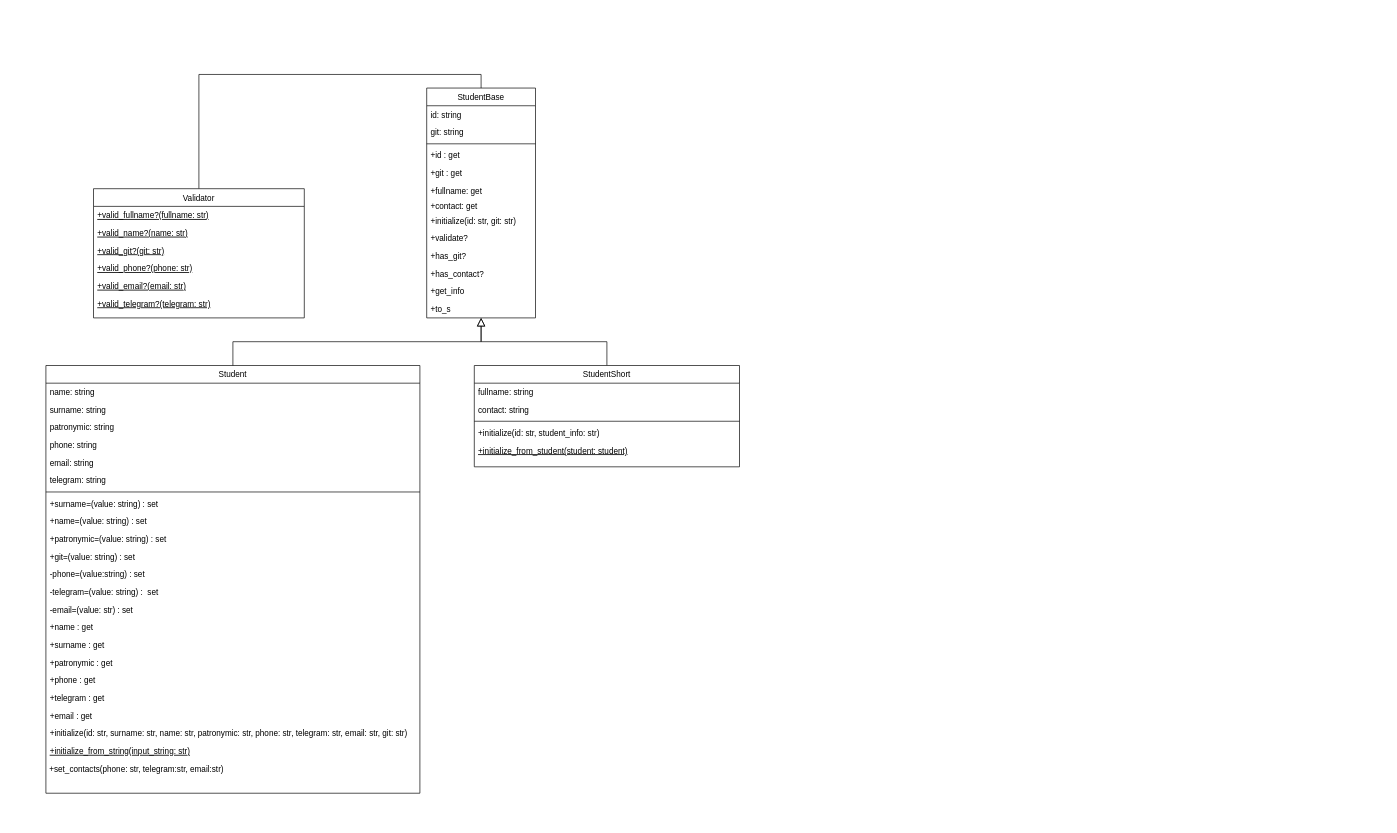
Above: students/diagrams/students.drawio in NoidHuma/programming_patterns (draw.io), before the change. Source tidied: cells renumbered, new cells numbered last; positions are measured from the earlier drawing's top-left corner, leaving out a move shared by most shapes. Both pictures are drawn from the tidied source at 68%, with x=0, y=0 at pixel (46, 88).
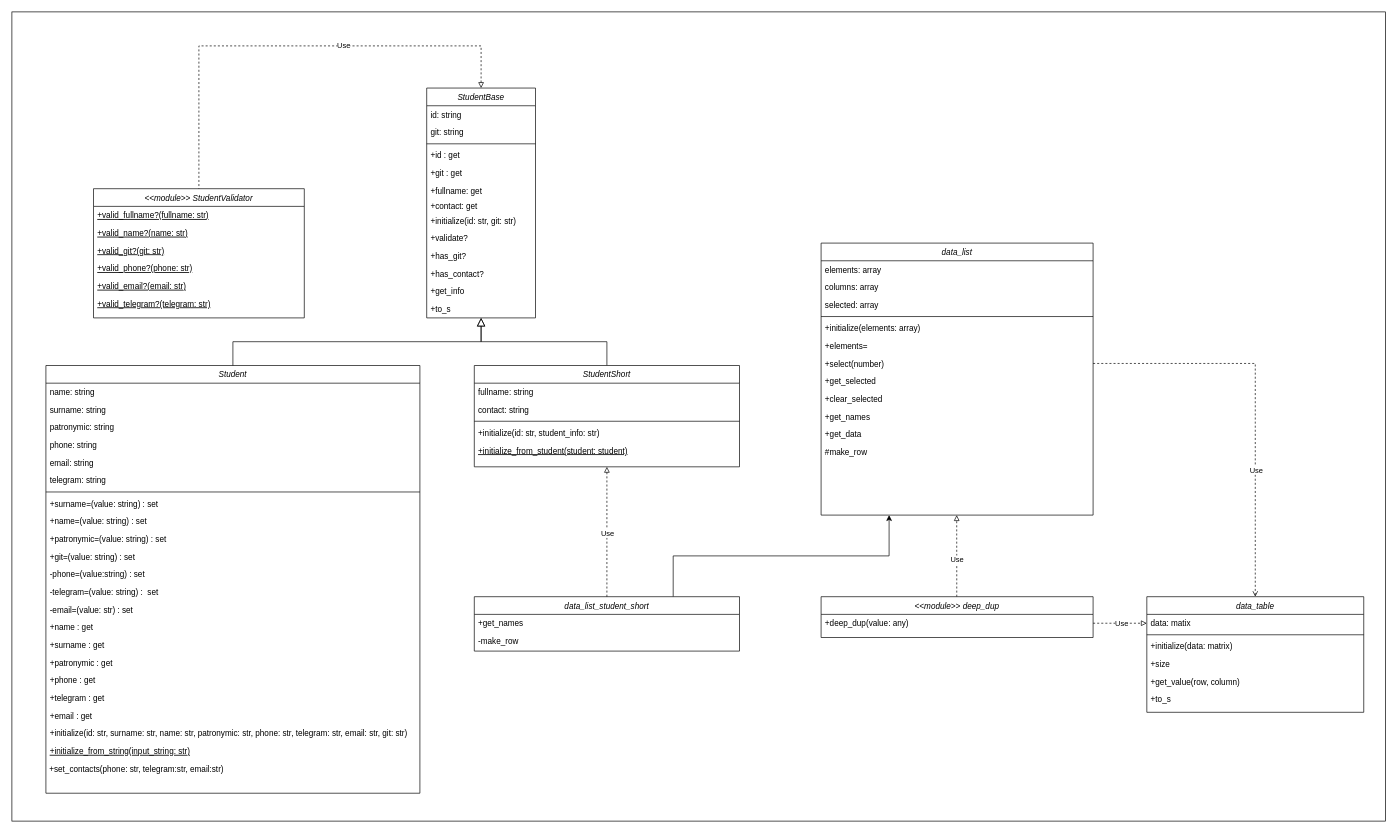
The same diagram, later.

Diff of the diagram source:
```diff
@@
+    <mxCell id="56" style="rounded=0;whiteSpace=wrap;html=1;" parent="1" vertex="1">
+      <mxGeometry x="-50" y="-112" width="2020" height="1190" as="geometry" />
+    </mxCell>
-    <mxCell id="2" value="StudentBase" style="swimlane;fontStyle=0;align=center;verticalAlign=top;horizontal=1;startSize=26;rounded=0;shadow=0;strokeWidth=1;" parent="1" vertex="1">
+    <mxCell id="2" value="StudentBase" style="swimlane;fontStyle=2;align=center;verticalAlign=top;horizontal=1;startSize=26;rounded=0;shadow=0;strokeWidth=1;" parent="1" vertex="1">
       <mxGeometry x="560" width="160" height="338" as="geometry" />
     </mxCell>
@@
-    <mxCell id="16" value="Student" style="swimlane;fontStyle=0;align=center;verticalAlign=top;horizontal=1;startSize=26;rounded=0;shadow=0;strokeWidth=1;" parent="1" vertex="1">
+    <mxCell id="16" value="Student" style="swimlane;fontStyle=2;align=center;verticalAlign=top;horizontal=1;startSize=26;rounded=0;shadow=0;strokeWidth=1;" parent="1" vertex="1">
       <mxGeometry y="408" width="550" height="629" as="geometry" />
     </mxCell>
@@
-    <mxCell id="42" value="StudentShort" style="swimlane;fontStyle=0;align=center;verticalAlign=top;horizontal=1;startSize=26;rounded=0;shadow=0;strokeWidth=1;" parent="1" vertex="1">
+    <mxCell id="42" value="StudentShort" style="swimlane;fontStyle=2;align=center;verticalAlign=top;horizontal=1;startSize=26;rounded=0;shadow=0;strokeWidth=1;" parent="1" vertex="1">
       <mxGeometry x="630" y="408" width="390" height="149" as="geometry" />
     </mxCell>
@@
-    <mxCell id="48" style="edgeStyle=orthogonalEdgeStyle;rounded=0;jettySize=auto;html=1;entryX=0.5;entryY=0;entryDx=0;entryDy=0;exitX=0.5;exitY=0;exitDx=0;exitDy=0;endArrow=none;endFill=0;endSize=10;" parent="1" edge="1" source="49" target="2">
-      <mxGeometry relative="1" as="geometry" />
-    </mxCell>
-    <mxCell id="49" value="Validator" style="swimlane;fontStyle=0;align=center;verticalAlign=top;horizontal=1;startSize=26;rounded=0;shadow=0;strokeWidth=1;" parent="1" vertex="1">
+    <mxCell id="49" value="&lt;&lt;module&gt;&gt; StudentValidator" style="swimlane;fontStyle=2;align=center;verticalAlign=top;horizontal=1;startSize=26;rounded=0;shadow=0;strokeWidth=1;" parent="1" vertex="1">
       <mxGeometry x="70" y="148" width="310" height="190" as="geometry" />
     </mxCell>
@@
+    <mxCell id="57" style="edgeStyle=orthogonalEdgeStyle;rounded=0;jettySize=auto;html=1;entryX=0.5;entryY=0;entryDx=0;entryDy=0;dashed=1;strokeColor=default;curved=0;endArrow=none;endFill=0;flowAnimation=0;startArrow=block;startFill=0;exitX=0.5;exitY=0;exitDx=0;exitDy=0;" parent="1" edge="1" source="2" target="49">
+      <mxGeometry relative="1" as="geometry">
+        <Array as="points">
+          <mxPoint x="640" y="-62" />
+          <mxPoint x="225" y="-62" />
+        </Array>
+      </mxGeometry>
+    </mxCell>
+    <mxCell id="58" value="Use" style="edgeLabel;html=1;align=center;verticalAlign=middle;" parent="57" vertex="1">
+      <mxGeometry x="-0.23" y="-1" relative="1" as="geometry">
+        <mxPoint x="-1" as="offset" />
+      </mxGeometry>
+    </mxCell>
+    <mxCell id="59" value="data_table" style="swimlane;fontStyle=2;align=center;verticalAlign=top;horizontal=1;startSize=26;rounded=0;shadow=0;strokeWidth=1;" parent="1" vertex="1">
+      <mxGeometry x="1619" y="748" width="319" height="170" as="geometry" />
+    </mxCell>
+    <mxCell id="60" value="data: matix" style="text;align=left;verticalAlign=top;spacingLeft=4;spacingRight=4;overflow=hidden;points=[[0,0.5],[1,0.5]];portConstraint=eastwest;" parent="59" vertex="1">
+      <mxGeometry y="26" width="319" height="26" as="geometry" />
+    </mxCell>
+    <mxCell id="61" style="line;html=1;strokeWidth=1;align=left;verticalAlign=middle;spacingTop=-1;spacingLeft=3;spacingRight=3;labelPosition=right;" parent="59" vertex="1">
+      <mxGeometry y="52" width="319" height="8" as="geometry" />
+    </mxCell>
+    <mxCell id="62" value="+initialize(data: matrix)" style="text;align=left;verticalAlign=top;spacingLeft=4;spacingRight=4;overflow=hidden;fontStyle=0;" parent="59" vertex="1">
+      <mxGeometry y="60" width="319" height="26" as="geometry" />
+    </mxCell>
+    <mxCell id="63" value="+size" style="text;align=left;verticalAlign=top;spacingLeft=4;spacingRight=4;overflow=hidden;fontStyle=0;" parent="59" vertex="1">
+      <mxGeometry y="86" width="319" height="26" as="geometry" />
+    </mxCell>
+    <mxCell id="64" value="+get_value(row, column)" style="text;align=left;verticalAlign=top;spacingLeft=4;spacingRight=4;overflow=hidden;fontStyle=0;" parent="59" vertex="1">
+      <mxGeometry y="112" width="319" height="26" as="geometry" />
+    </mxCell>
+    <mxCell id="65" value="+to_s" style="text;align=left;verticalAlign=top;spacingLeft=4;spacingRight=4;overflow=hidden;fontStyle=0;" parent="59" vertex="1">
+      <mxGeometry y="138" width="319" height="26" as="geometry" />
+    </mxCell>
+    <mxCell id="66" style="edgeStyle=orthogonalEdgeStyle;rounded=0;jettySize=auto;html=1;endArrow=none;endFill=0;startArrow=classic;startFill=1;exitX=0.25;exitY=1;exitDx=0;exitDy=0;entryX=0.75;entryY=0;entryDx=0;entryDy=0;" parent="1" edge="1" source="67" target="84">
+      <mxGeometry relative="1" as="geometry" />
+    </mxCell>
+    <mxCell id="67" value="data_list" style="swimlane;fontStyle=2;align=center;verticalAlign=top;horizontal=1;startSize=26;rounded=0;shadow=0;strokeWidth=1;" parent="1" vertex="1">
+      <mxGeometry x="1140" y="228" width="400" height="400" as="geometry" />
+    </mxCell>
+    <mxCell id="68" value="elements: array" style="text;align=left;verticalAlign=top;spacingLeft=4;spacingRight=4;overflow=hidden;" parent="67" vertex="1">
+      <mxGeometry y="26" width="400" height="26" as="geometry" />
+    </mxCell>
+    <mxCell id="69" value="columns: array" style="text;align=left;verticalAlign=top;spacingLeft=4;spacingRight=4;overflow=hidden;" parent="67" vertex="1">
+      <mxGeometry y="52" width="400" height="26" as="geometry" />
+    </mxCell>
+    <mxCell id="70" value="selected: array" style="text;align=left;verticalAlign=top;spacingLeft=4;spacingRight=4;overflow=hidden;" parent="67" vertex="1">
+      <mxGeometry y="78" width="400" height="26" as="geometry" />
+    </mxCell>
+    <mxCell id="71" style="line;html=1;strokeWidth=1;align=left;verticalAlign=middle;spacingTop=-1;spacingLeft=3;spacingRight=3;labelPosition=right;" parent="67" vertex="1">
+      <mxGeometry y="104" width="400" height="8" as="geometry" />
+    </mxCell>
+    <mxCell id="72" value="+initialize(elements: array)" style="text;align=left;verticalAlign=top;spacingLeft=4;spacingRight=4;overflow=hidden;fontStyle=0;" parent="67" vertex="1">
+      <mxGeometry y="112" width="400" height="26" as="geometry" />
+    </mxCell>
+    <mxCell id="73" value="+elements=" style="text;align=left;verticalAlign=top;spacingLeft=4;spacingRight=4;overflow=hidden;fontStyle=0;" parent="67" vertex="1">
+      <mxGeometry y="138" width="400" height="26" as="geometry" />
+    </mxCell>
+    <mxCell id="74" value="+select(number)" style="text;align=left;verticalAlign=top;spacingLeft=4;spacingRight=4;overflow=hidden;points=[[0,0.5],[1,0.5]];portConstraint=eastwest;fontStyle=0;" parent="67" vertex="1">
+      <mxGeometry y="164" width="400" height="26" as="geometry" />
+    </mxCell>
+    <mxCell id="75" value="+get_selected" style="text;align=left;verticalAlign=top;spacingLeft=4;spacingRight=4;overflow=hidden;fontStyle=0;" parent="67" vertex="1">
+      <mxGeometry y="190" width="400" height="26" as="geometry" />
+    </mxCell>
+    <mxCell id="76" value="+clear_selected" style="text;align=left;verticalAlign=top;spacingLeft=4;spacingRight=4;overflow=hidden;fontStyle=0;" parent="67" vertex="1">
+      <mxGeometry y="216" width="400" height="26" as="geometry" />
+    </mxCell>
+    <mxCell id="77" value="+get_names" style="text;align=left;verticalAlign=top;spacingLeft=4;spacingRight=4;overflow=hidden;fontStyle=0;" parent="67" vertex="1">
+      <mxGeometry y="242" width="400" height="26" as="geometry" />
+    </mxCell>
+    <mxCell id="78" value="+get_data" style="text;align=left;verticalAlign=top;spacingLeft=4;spacingRight=4;overflow=hidden;fontStyle=0;" parent="67" vertex="1">
+      <mxGeometry y="268" width="400" height="26" as="geometry" />
+    </mxCell>
+    <mxCell id="79" value="#make_row" style="text;align=left;verticalAlign=top;spacingLeft=4;spacingRight=4;overflow=hidden;fontStyle=0;" parent="67" vertex="1">
+      <mxGeometry y="294" width="400" height="26" as="geometry" />
+    </mxCell>
+    <mxCell id="80" style="edgeStyle=orthogonalEdgeStyle;rounded=0;orthogonalLoop=1;jettySize=auto;html=1;dashed=1;endArrow=block;endFill=0;" parent="1" edge="1">
+      <mxGeometry relative="1" as="geometry">
+        <mxPoint x="1339.5" y="748" as="sourcePoint" />
+        <mxPoint x="1339.4" y="628" as="targetPoint" />
+        <Array as="points">
+          <mxPoint x="1339.4" y="718" />
+          <mxPoint x="1339.4" y="718" />
+        </Array>
+      </mxGeometry>
+    </mxCell>
+    <mxCell id="81" value="Use" style="edgeLabel;html=1;align=center;verticalAlign=middle;" parent="80" vertex="1">
+      <mxGeometry x="0.11" relative="1" as="geometry">
+        <mxPoint y="12" as="offset" />
+      </mxGeometry>
+    </mxCell>
+    <mxCell id="82" value="&lt;&lt;module&gt;&gt; deep_dup" style="swimlane;fontStyle=2;align=center;verticalAlign=top;horizontal=1;startSize=26;rounded=0;shadow=0;strokeWidth=1;" parent="1" vertex="1">
+      <mxGeometry x="1140" y="748" width="400" height="60" as="geometry" />
+    </mxCell>
+    <mxCell id="83" value="+deep_dup(value: any)" style="text;align=left;verticalAlign=top;spacingLeft=4;spacingRight=4;overflow=hidden;points=[[0,0.5],[1,0.5]];portConstraint=eastwest;fontStyle=0;" parent="82" vertex="1">
+      <mxGeometry y="26" width="400" height="26" as="geometry" />
+    </mxCell>
+    <mxCell id="84" value="data_list_student_short" style="swimlane;fontStyle=2;align=center;verticalAlign=top;horizontal=1;startSize=26;rounded=0;shadow=0;strokeWidth=1;" parent="1" vertex="1">
+      <mxGeometry x="630" y="748" width="390" height="80" as="geometry" />
+    </mxCell>
+    <mxCell id="85" value="+get_names" style="text;align=left;verticalAlign=top;spacingLeft=4;spacingRight=4;overflow=hidden;fontStyle=0;" parent="84" vertex="1">
+      <mxGeometry y="26" width="390" height="26" as="geometry" />
+    </mxCell>
+    <mxCell id="86" value="-make_row" style="text;align=left;verticalAlign=top;spacingLeft=4;spacingRight=4;overflow=hidden;fontStyle=0;" parent="84" vertex="1">
+      <mxGeometry y="52" width="390" height="26" as="geometry" />
+    </mxCell>
+    <mxCell id="87" style="edgeStyle=orthogonalEdgeStyle;rounded=0;jettySize=auto;html=1;entryX=0.5;entryY=0;entryDx=0;entryDy=0;dashed=1;endArrow=open;endFill=0;" parent="1" edge="1" source="74" target="59">
+      <mxGeometry relative="1" as="geometry" />
+    </mxCell>
+    <mxCell id="88" value="Use" style="edgeLabel;html=1;align=center;verticalAlign=middle;" parent="87" vertex="1">
+      <mxGeometry x="0.36" y="1" relative="1" as="geometry" />
+    </mxCell>
+    <mxCell id="89" style="edgeStyle=orthogonalEdgeStyle;rounded=0;jettySize=auto;html=1;dashed=1;endArrow=block;endFill=0;entryX=0.5;entryY=1;entryDx=0;entryDy=0;exitX=0.5;exitY=0;exitDx=0;exitDy=0;" parent="1" edge="1" source="84" target="42">
+      <mxGeometry relative="1" as="geometry" />
+    </mxCell>
+    <mxCell id="90" value="Use" style="edgeLabel;html=1;align=center;verticalAlign=middle;" parent="89" vertex="1">
+      <mxGeometry x="0.11" relative="1" as="geometry">
+        <mxPoint y="12" as="offset" />
+      </mxGeometry>
+    </mxCell>
+    <mxCell id="91" style="edgeStyle=orthogonalEdgeStyle;rounded=0;jettySize=auto;html=1;dashed=1;endArrow=block;endFill=0;entryX=0;entryY=0.5;entryDx=0;entryDy=0;exitX=1;exitY=0.5;exitDx=0;exitDy=0;" parent="1" edge="1" source="83" target="60">
+      <mxGeometry relative="1" as="geometry" />
+    </mxCell>
+    <mxCell id="92" value="Use" style="edgeLabel;html=1;align=center;verticalAlign=middle;" parent="91" vertex="1">
+      <mxGeometry x="0.05" y="1" relative="1" as="geometry" />
+    </mxCell>
```
